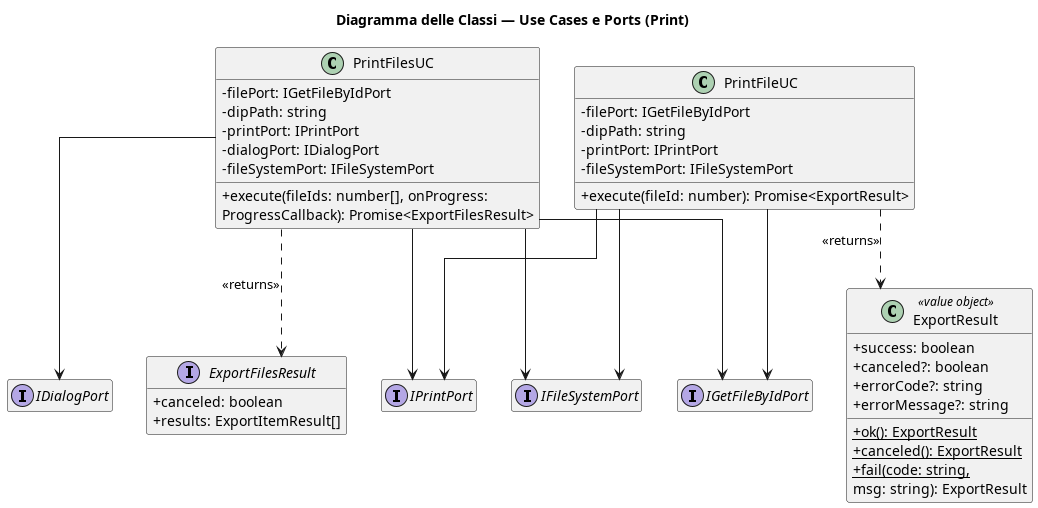
7-ZPUs/Docs keeps this PlantUML diagram as out/3_PB/DocumentiEsterni/DiagrammiSpecificaTecnica/C4/C4_backend_Export/Export_IPC_Part2_Print.png. Above is the earlier version.
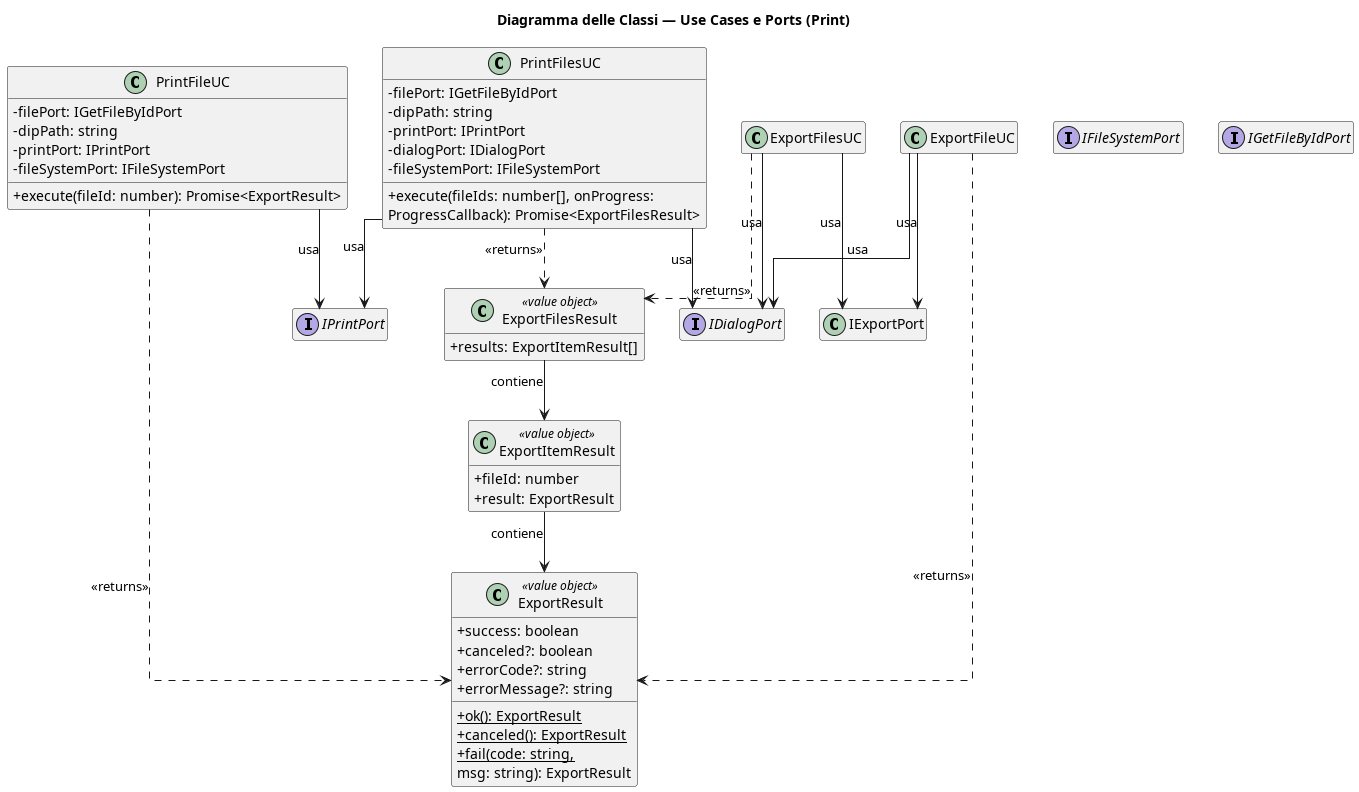
The same diagram one commit later.

What changed in the source:
```diff
@@ -36,19 +36,28 @@
     + {static} fail(code: string,
     msg: string): ExportResult
 }
-interface ExportFilesResult {
-    + canceled: boolean
+
+class ExportItemResult <<value object>> {
+    + fileId: number
+    + result: ExportResult
+}
+
+class ExportFilesResult <<value object>> {
     + results: ExportItemResult[]
 }
 
-PrintFileUC  --> IPrintPort
-PrintFilesUC --> IPrintPort
-PrintFilesUC --> IDialogPort
-PrintFileUC  --> IGetFileByIdPort
-PrintFilesUC --> IGetFileByIdPort
-PrintFileUC  --> IFileSystemPort
-PrintFilesUC --> IFileSystemPort
+ExportItemResult --> ExportResult : contiene
+ExportFilesResult --> ExportItemResult : contiene
+ExportFileUC  --> IExportPort     : usa
+ExportFileUC  --> IDialogPort     : usa
+ExportFilesUC --> IExportPort     : usa
+ExportFilesUC --> IDialogPort     : usa
+PrintFileUC   --> IPrintPort      : usa
+PrintFilesUC  --> IPrintPort      : usa
+PrintFilesUC  --> IDialogPort     : usa
 
-PrintFileUC  ..> ExportResult      : <<returns>>
-PrintFilesUC ..> ExportFilesResult : <<returns>>
+ExportFileUC  ..> ExportResult      : <<returns>>
+ExportFilesUC ..> ExportFilesResult : <<returns>>
+PrintFileUC   ..> ExportResult      : <<returns>>
+PrintFilesUC  ..> ExportFilesResult : <<returns>>
 @enduml
```
